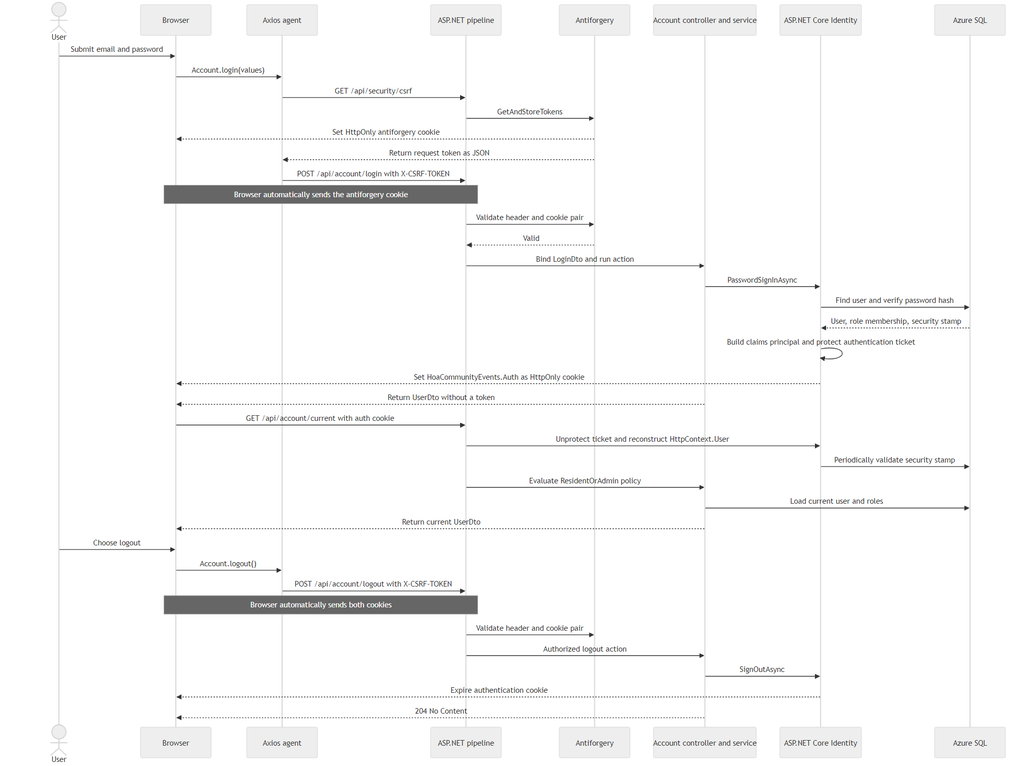
Victor-CS-Core/hoa-practice-project keeps this Mermaid diagram as HoaCommunityEvents/docs/diagrams/cookie-auth-csrf-sequence.png. Above is the earlier version. Its source is kept beside it as HoaCommunityEvents/docs/diagrams/cookie-auth-csrf-sequence.mmd.
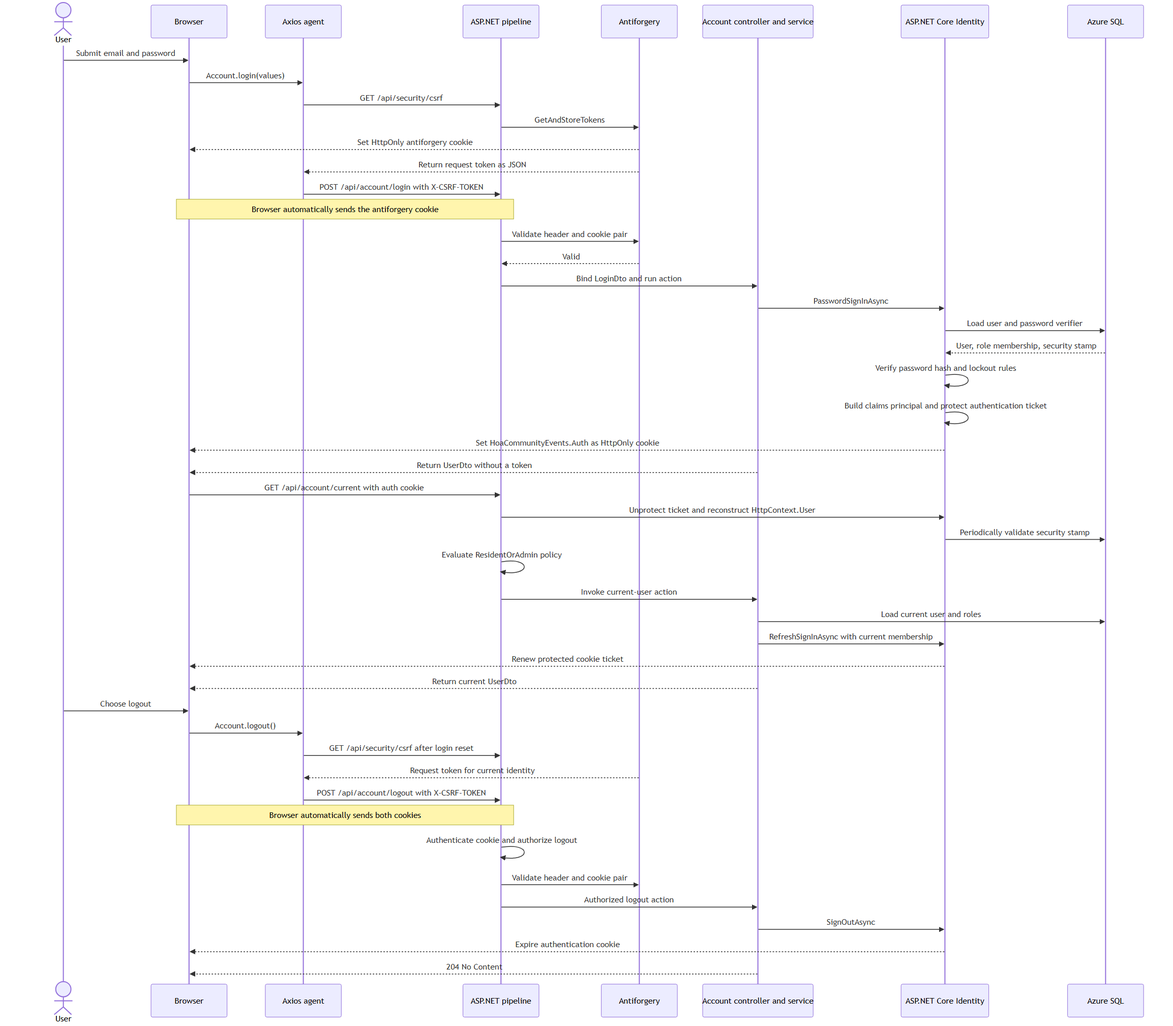
The same file after the commit.

Change to the diagram source:
```diff
@@ -20,8 +20,9 @@
   Anti-->>Pipeline: Valid
   Pipeline->>Account: Bind LoginDto and run action
   Account->>Identity: PasswordSignInAsync
-  Identity->>SQL: Find user and verify password hash
+  Identity->>SQL: Load user and password verifier
   SQL-->>Identity: User, role membership, security stamp
+  Identity->>Identity: Verify password hash and lockout rules
   Identity->>Identity: Build claims principal and protect authentication ticket
   Identity-->>Browser: Set HoaCommunityEvents.Auth as HttpOnly cookie
   Account-->>Browser: Return UserDto without a token
@@ -29,14 +30,20 @@
   Browser->>Pipeline: GET /api/account/current with auth cookie
   Pipeline->>Identity: Unprotect ticket and reconstruct HttpContext.User
   Identity->>SQL: Periodically validate security stamp
-  Pipeline->>Account: Evaluate ResidentOrAdmin policy
+  Pipeline->>Pipeline: Evaluate ResidentOrAdmin policy
+  Pipeline->>Account: Invoke current-user action
   Account->>SQL: Load current user and roles
+  Account->>Identity: RefreshSignInAsync with current membership
+  Identity-->>Browser: Renew protected cookie ticket
   Account-->>Browser: Return current UserDto
 
   User->>Browser: Choose logout
   Browser->>Axios: Account.logout()
+  Axios->>Pipeline: GET /api/security/csrf after login reset
+  Anti-->>Axios: Request token for current identity
   Axios->>Pipeline: POST /api/account/logout with X-CSRF-TOKEN
   Note over Browser,Pipeline: Browser automatically sends both cookies
+  Pipeline->>Pipeline: Authenticate cookie and authorize logout
   Pipeline->>Anti: Validate header and cookie pair
   Pipeline->>Account: Authorized logout action
   Account->>Identity: SignOutAsync
```
